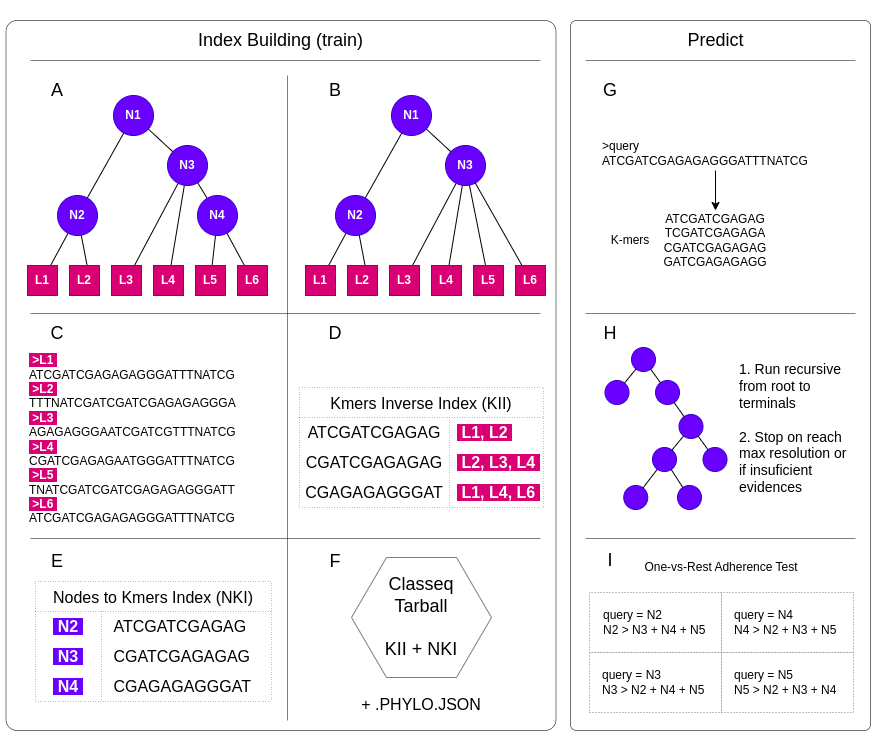
Earlier version of the draw.io export docs/drawio/classeq-main-comcepts.png (LepistaBioinformatics/classeq). Source tidied: cells renumbered, new cells last; positions are measured from the earlier drawing's top-left corner, leaving out a move shared by most shapes.
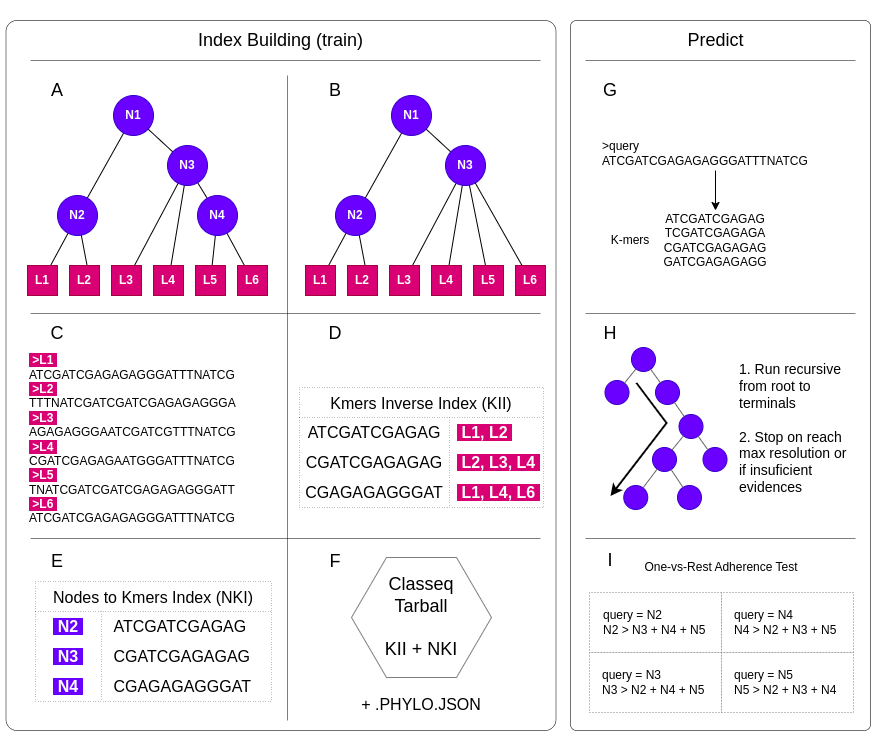
Later version of the same file.

Diff of the diagram source:
```diff
@@ -309,14 +309,20 @@
     <mxCell id="95" value="query = N5&lt;br&gt;N5 &amp;gt; N2 + N3 + N4" style="text;html=1;strokeColor=none;fillColor=none;align=left;verticalAlign=middle;whiteSpace=wrap;rounded=0;" parent="86" vertex="1">
       <mxGeometry x="143" y="109.5" width="110" height="41" as="geometry" />
     </mxCell>
-    <mxCell id="96" style="group;" parent="1" vertex="1">
-      <mxGeometry x="598.5" y="316" width="250.5" height="184" as="geometry" />
-    </mxCell>
+    <mxCell id="114" style="endArrow=classic;html=1;rounded=0;strokeWidth=2;" parent="1" edge="1">
+      <mxGeometry relative="1" as="geometry">
+        <mxPoint x="630" y="362.5" as="sourcePoint" />
+        <mxPoint x="604" y="475.5" as="targetPoint" />
+        <Array as="points">
+          <mxPoint x="660" y="402.5" />
+        </Array>
+      </mxGeometry>
+    </mxCell>
-    <mxCell id="97" value="&lt;font style=&quot;font-size: 14px;&quot;&gt;1. Run recursive from root to terminals&lt;br&gt;&lt;br&gt;2. Stop on reach max resolution or if insuficient evidences&lt;/font&gt;" style="text;html=1;strokeColor=none;fillColor=none;align=left;verticalAlign=middle;whiteSpace=wrap;rounded=0;" parent="96" vertex="1">
-      <mxGeometry x="132.5" width="118" height="184" as="geometry" />
+    <mxCell id="97" value="&lt;font style=&quot;font-size: 14px;&quot;&gt;1. Run recursive from root to terminals&lt;br&gt;&lt;br&gt;2. Stop on reach max resolution or if insuficient evidences&lt;/font&gt;" style="text;html=1;strokeColor=none;fillColor=none;align=left;verticalAlign=middle;whiteSpace=wrap;rounded=0;" parent="1" vertex="1">
+      <mxGeometry x="731" y="316" width="118" height="184" as="geometry" />
     </mxCell>
-    <mxCell id="98" style="group;" parent="96" vertex="1">
-      <mxGeometry y="11" width="122" height="162" as="geometry" />
+    <mxCell id="98" style="group;" parent="1" vertex="1">
+      <mxGeometry x="598.5" y="327" width="122" height="162" as="geometry" />
     </mxCell>
     <mxCell id="99" style="ellipse;whiteSpace=wrap;html=1;fillColor=#6a00ff;strokeColor=#3700CC;fontColor=#ffffff;fontStyle=1;" parent="98" vertex="1">
       <mxGeometry x="26.5" width="24" height="24" as="geometry" />
@@ -324,43 +330,43 @@
     <mxCell id="100" style="ellipse;whiteSpace=wrap;html=1;fillColor=#6a00ff;strokeColor=#3700CC;fontColor=#ffffff;fontStyle=1;" parent="98" vertex="1">
       <mxGeometry x="50.5" y="33" width="24" height="24" as="geometry" />
     </mxCell>
-    <mxCell id="101" style="edgeStyle=none;rounded=0;jettySize=auto;html=1;endArrow=none;endFill=0;" parent="98" edge="1" source="99" target="100">
+    <mxCell id="101" style="edgeStyle=none;rounded=0;jettySize=auto;html=1;endArrow=none;endFill=0;strokeColor=#666666;" parent="98" edge="1" source="99" target="100">
       <mxGeometry relative="1" as="geometry" />
     </mxCell>
     <mxCell id="102" style="ellipse;whiteSpace=wrap;html=1;fillColor=#6a00ff;strokeColor=#3700CC;fontColor=#ffffff;fontStyle=1;" parent="98" vertex="1">
       <mxGeometry y="33" width="24" height="24" as="geometry" />
     </mxCell>
-    <mxCell id="103" style="edgeStyle=none;rounded=0;jettySize=auto;html=1;endArrow=none;endFill=0;" parent="98" edge="1" source="99" target="102">
+    <mxCell id="103" style="edgeStyle=none;rounded=0;jettySize=auto;html=1;endArrow=none;endFill=0;strokeColor=#666666;" parent="98" edge="1" source="99" target="102">
       <mxGeometry relative="1" as="geometry" />
     </mxCell>
     <mxCell id="104" style="ellipse;whiteSpace=wrap;html=1;fillColor=#6a00ff;strokeColor=#3700CC;fontColor=#ffffff;fontStyle=1;" parent="98" vertex="1">
       <mxGeometry x="74" y="67" width="24" height="24" as="geometry" />
     </mxCell>
-    <mxCell id="105" style="edgeStyle=none;rounded=0;jettySize=auto;html=1;endArrow=none;endFill=0;" parent="98" edge="1" source="100" target="104">
+    <mxCell id="105" style="edgeStyle=none;rounded=0;jettySize=auto;html=1;endArrow=none;endFill=0;strokeColor=#666666;" parent="98" edge="1" source="100" target="104">
       <mxGeometry relative="1" as="geometry" />
     </mxCell>
     <mxCell id="106" style="ellipse;whiteSpace=wrap;html=1;fillColor=#6a00ff;strokeColor=#3700CC;fontColor=#ffffff;fontStyle=1;" parent="98" vertex="1">
       <mxGeometry x="98" y="100" width="24" height="24" as="geometry" />
     </mxCell>
-    <mxCell id="107" style="edgeStyle=none;rounded=0;jettySize=auto;html=1;endArrow=none;endFill=0;" parent="98" edge="1" source="104" target="106">
+    <mxCell id="107" style="edgeStyle=none;rounded=0;jettySize=auto;html=1;endArrow=none;endFill=0;strokeColor=#666666;" parent="98" edge="1" source="104" target="106">
       <mxGeometry relative="1" as="geometry" />
     </mxCell>
     <mxCell id="108" style="ellipse;whiteSpace=wrap;html=1;fillColor=#6a00ff;strokeColor=#3700CC;fontColor=#ffffff;fontStyle=1;" parent="98" vertex="1">
       <mxGeometry x="47.5" y="100" width="24" height="24" as="geometry" />
     </mxCell>
-    <mxCell id="109" style="edgeStyle=none;rounded=0;jettySize=auto;html=1;endArrow=none;endFill=0;" parent="98" edge="1" source="104" target="108">
+    <mxCell id="109" style="edgeStyle=none;rounded=0;jettySize=auto;html=1;endArrow=none;endFill=0;strokeColor=#666666;" parent="98" edge="1" source="104" target="108">
       <mxGeometry relative="1" as="geometry" />
     </mxCell>
     <mxCell id="110" style="ellipse;whiteSpace=wrap;html=1;fillColor=#6a00ff;strokeColor=#3700CC;fontColor=#ffffff;fontStyle=1;" parent="98" vertex="1">
       <mxGeometry x="18.8" y="138" width="24" height="24" as="geometry" />
     </mxCell>
-    <mxCell id="111" style="edgeStyle=none;rounded=0;jettySize=auto;html=1;endArrow=none;endFill=0;" parent="98" edge="1" source="108" target="110">
+    <mxCell id="111" style="edgeStyle=none;rounded=0;jettySize=auto;html=1;endArrow=none;endFill=0;strokeColor=#666666;" parent="98" edge="1" source="108" target="110">
       <mxGeometry relative="1" as="geometry" />
     </mxCell>
     <mxCell id="112" style="ellipse;whiteSpace=wrap;html=1;fillColor=#6a00ff;strokeColor=#3700CC;fontColor=#ffffff;fontStyle=1;" parent="98" vertex="1">
       <mxGeometry x="72.5" y="138" width="24" height="24" as="geometry" />
     </mxCell>
-    <mxCell id="113" style="edgeStyle=none;rounded=0;jettySize=auto;html=1;endArrow=none;endFill=0;" parent="98" edge="1" source="108" target="112">
+    <mxCell id="113" style="edgeStyle=none;rounded=0;jettySize=auto;html=1;endArrow=none;endFill=0;strokeColor=#666666;" parent="98" edge="1" source="108" target="112">
       <mxGeometry relative="1" as="geometry" />
     </mxCell>
   </root>
```
